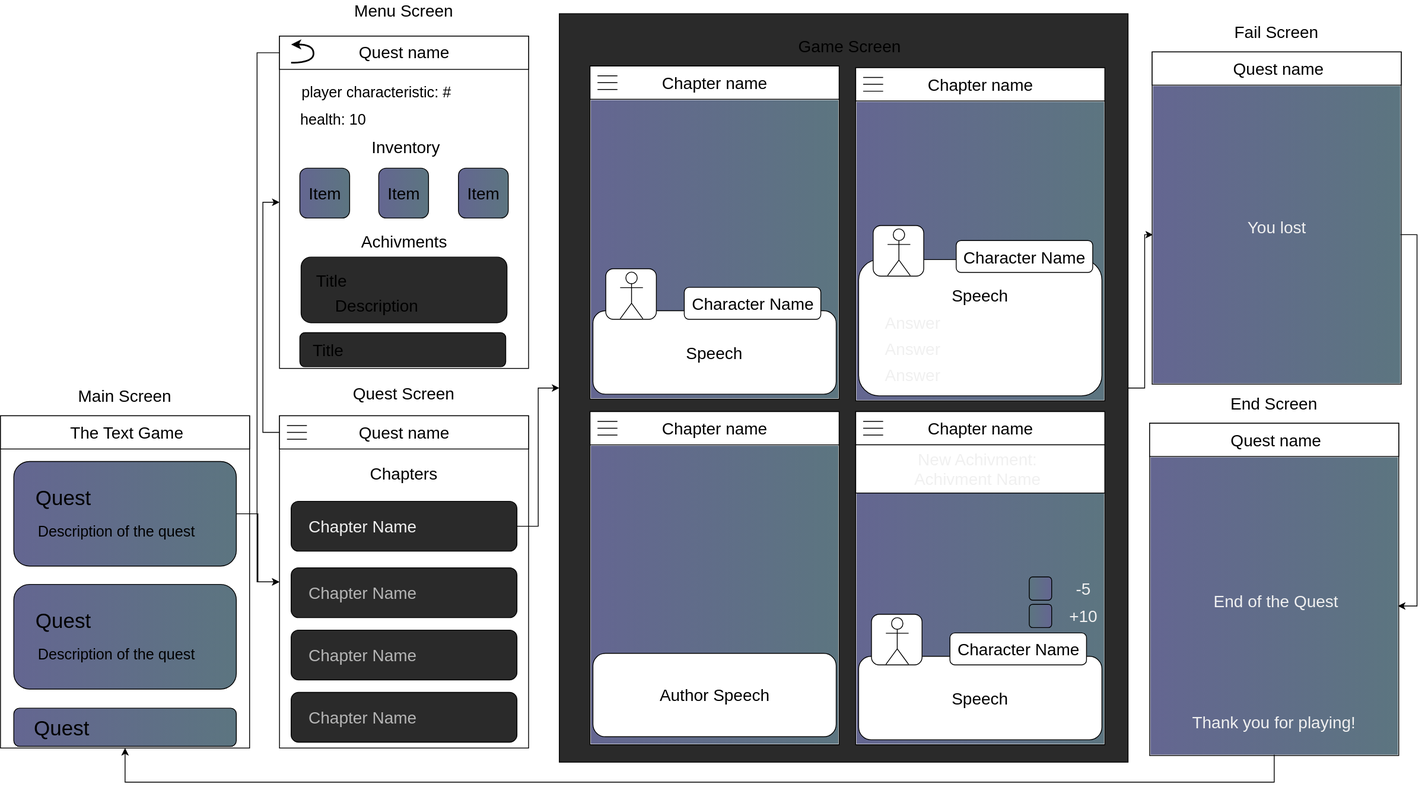
Before: docs/game.drawio.svg, a diagram exported from draw.io (MixelTe/TextStoryGame). Source tidied: cells renumbered, new cells last; positions are measured from the earlier drawing's top-left corner, leaving out a move shared by most shapes.
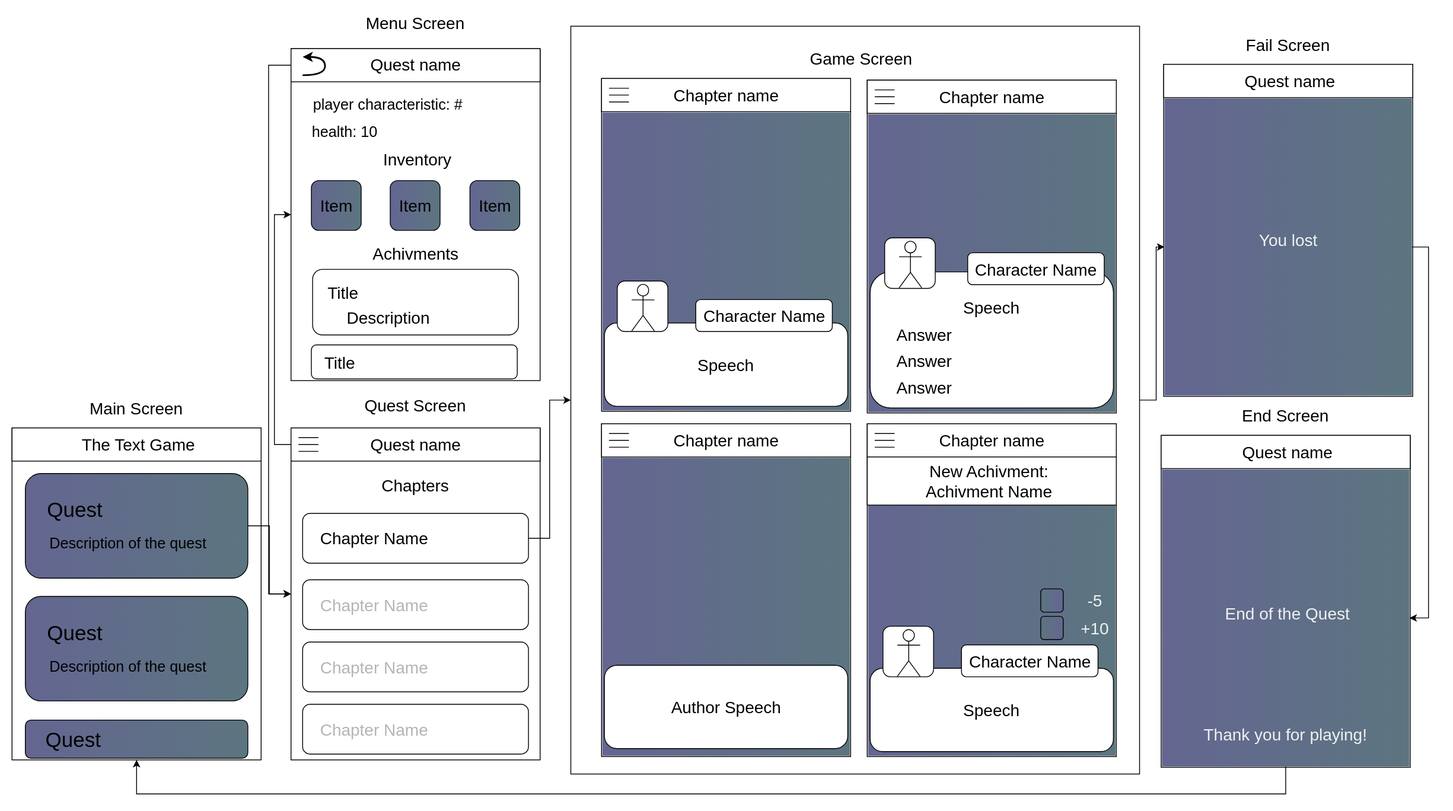
Later version of the same file.

Change to the diagram source:
```diff
@@ -2,6 +2,9 @@
   <root>
     <mxCell id="0" />
     <mxCell id="1" parent="0" />
+    <mxCell id="163" style="rounded=0;whiteSpace=wrap;html=1;shadow=0;glass=0;labelBackgroundColor=none;comic=0;sketch=0;fontSize=20;fontColor=#f0f0f0;gradientColor=none;strokeColor=none;" parent="1" vertex="1">
+      <mxGeometry x="-14" y="-17" width="1749" height="975" as="geometry" />
+    </mxCell>
     <mxCell id="2" style="rounded=0;whiteSpace=wrap;html=1;" parent="1" vertex="1">
       <mxGeometry y="498" width="300" height="400" as="geometry" />
     </mxCell>
@@ -77,16 +80,16 @@
     <mxCell id="26" style="group;fontColor=#F0F0F0;" parent="17" vertex="1">
       <mxGeometry x="14" y="103" width="272" height="60" as="geometry" />
     </mxCell>
-    <mxCell id="27" style="rounded=1;whiteSpace=wrap;html=1;labelBackgroundColor=none;comic=0;sketch=0;fontSize=20;fillColor=#2a2a2a;gradientColor=none;" parent="26" vertex="1">
+    <mxCell id="27" style="rounded=1;whiteSpace=wrap;html=1;labelBackgroundColor=none;comic=0;sketch=0;fontSize=20;gradientColor=none;" parent="26" vertex="1">
       <mxGeometry width="272" height="60" as="geometry" />
     </mxCell>
-    <mxCell id="28" value="Chapter Name" style="text;html=1;strokeColor=none;fillColor=none;align=center;verticalAlign=middle;whiteSpace=wrap;rounded=0;labelBackgroundColor=none;comic=0;sketch=0;fontSize=20;fontColor=#F0F0F0;" parent="26" vertex="1">
+    <mxCell id="28" value="Chapter Name" style="text;html=1;strokeColor=none;fillColor=none;align=center;verticalAlign=middle;whiteSpace=wrap;rounded=0;labelBackgroundColor=none;comic=0;sketch=0;fontSize=20;" parent="26" vertex="1">
       <mxGeometry x="12" y="20" width="149" height="20" as="geometry" />
     </mxCell>
     <mxCell id="29" style="group;" parent="17" vertex="1">
       <mxGeometry x="14" y="183" width="272" height="60" as="geometry" />
     </mxCell>
-    <mxCell id="30" style="rounded=1;whiteSpace=wrap;html=1;labelBackgroundColor=none;comic=0;sketch=0;fontSize=20;fillColor=#2a2a2a;gradientColor=none;" parent="29" vertex="1">
+    <mxCell id="30" style="rounded=1;whiteSpace=wrap;html=1;labelBackgroundColor=none;comic=0;sketch=0;fontSize=20;gradientColor=none;" parent="29" vertex="1">
       <mxGeometry width="272" height="60" as="geometry" />
     </mxCell>
     <mxCell id="31" value="Chapter Name" style="text;html=1;strokeColor=none;fillColor=none;align=center;verticalAlign=middle;whiteSpace=wrap;rounded=0;labelBackgroundColor=none;comic=0;sketch=0;fontSize=20;fontColor=#B5B5B5;" parent="29" vertex="1">
@@ -95,7 +98,7 @@
     <mxCell id="32" style="group;" parent="17" vertex="1">
       <mxGeometry x="14" y="258" width="272" height="60" as="geometry" />
     </mxCell>
-    <mxCell id="33" style="rounded=1;whiteSpace=wrap;html=1;labelBackgroundColor=none;comic=0;sketch=0;fontSize=20;fillColor=#2a2a2a;gradientColor=none;" parent="32" vertex="1">
+    <mxCell id="33" style="rounded=1;whiteSpace=wrap;html=1;labelBackgroundColor=none;comic=0;sketch=0;fontSize=20;gradientColor=none;" parent="32" vertex="1">
       <mxGeometry width="272" height="60" as="geometry" />
     </mxCell>
     <mxCell id="34" value="Chapter Name" style="text;html=1;strokeColor=none;fillColor=none;align=center;verticalAlign=middle;whiteSpace=wrap;rounded=0;labelBackgroundColor=none;comic=0;sketch=0;fontSize=20;fontColor=#B5B5B5;" parent="32" vertex="1">
@@ -104,7 +107,7 @@
     <mxCell id="35" style="group;" parent="17" vertex="1">
       <mxGeometry x="14" y="333" width="272" height="60" as="geometry" />
     </mxCell>
-    <mxCell id="36" style="rounded=1;whiteSpace=wrap;html=1;labelBackgroundColor=none;comic=0;sketch=0;fontSize=20;fillColor=#2a2a2a;gradientColor=none;" parent="35" vertex="1">
+    <mxCell id="36" style="rounded=1;whiteSpace=wrap;html=1;labelBackgroundColor=none;comic=0;sketch=0;fontSize=20;gradientColor=none;" parent="35" vertex="1">
       <mxGeometry width="272" height="60" as="geometry" />
     </mxCell>
     <mxCell id="37" value="Chapter Name" style="text;html=1;strokeColor=none;fillColor=none;align=center;verticalAlign=middle;whiteSpace=wrap;rounded=0;labelBackgroundColor=none;comic=0;sketch=0;fontSize=20;fontColor=#B5B5B5;" parent="35" vertex="1">
@@ -167,7 +170,7 @@
     <mxCell id="56" style="group;" parent="42" vertex="1">
       <mxGeometry x="26" y="266" width="248" height="79" as="geometry" />
     </mxCell>
-    <mxCell id="57" style="rounded=1;whiteSpace=wrap;html=1;labelBackgroundColor=none;comic=0;sketch=0;fontSize=20;fillColor=#2a2a2a;gradientColor=none;" parent="56" vertex="1">
+    <mxCell id="57" style="rounded=1;whiteSpace=wrap;html=1;labelBackgroundColor=none;comic=0;sketch=0;fontSize=20;gradientColor=none;" parent="56" vertex="1">
       <mxGeometry width="248" height="79" as="geometry" />
     </mxCell>
     <mxCell id="58" value="Title" style="text;html=1;strokeColor=none;fillColor=none;align=center;verticalAlign=middle;whiteSpace=wrap;rounded=0;labelBackgroundColor=none;comic=0;sketch=0;fontSize=20;" parent="56" vertex="1">
@@ -182,7 +185,7 @@
     <mxCell id="61" style="group;" parent="42" vertex="1">
       <mxGeometry x="24.5" y="357" width="248" height="41" as="geometry" />
     </mxCell>
-    <mxCell id="62" style="rounded=1;whiteSpace=wrap;html=1;labelBackgroundColor=none;comic=0;sketch=0;fontSize=20;fillColor=#2a2a2a;gradientColor=none;" parent="61" vertex="1">
+    <mxCell id="62" style="rounded=1;whiteSpace=wrap;html=1;labelBackgroundColor=none;comic=0;sketch=0;fontSize=20;gradientColor=none;" parent="61" vertex="1">
       <mxGeometry width="248" height="41" as="geometry" />
     </mxCell>
     <mxCell id="63" value="Title" style="text;html=1;strokeColor=none;fillColor=none;align=center;verticalAlign=middle;whiteSpace=wrap;rounded=0;labelBackgroundColor=none;comic=0;sketch=0;fontSize=20;" parent="61" vertex="1">
@@ -215,7 +218,7 @@
     <mxCell id="68" style="edgeStyle=orthogonalEdgeStyle;rounded=0;jettySize=auto;html=1;fontSize=20;fontColor=#F0F0F0;strokeWidth=1;" parent="1" edge="1" source="69" target="151">
       <mxGeometry relative="1" as="geometry" />
     </mxCell>
-    <mxCell id="69" style="rounded=0;whiteSpace=wrap;html=1;shadow=0;glass=0;labelBackgroundColor=none;comic=0;sketch=0;fontSize=20;fontColor=#F0F0F0;fillColor=#2a2a2a;gradientColor=none;imageAspect=1;" parent="1" vertex="1">
+    <mxCell id="69" style="rounded=0;whiteSpace=wrap;html=1;shadow=0;glass=0;labelBackgroundColor=none;comic=0;sketch=0;fontSize=20;fontColor=#F0F0F0;gradientColor=none;imageAspect=1;" parent="1" vertex="1">
       <mxGeometry x="673" y="14" width="685" height="901" as="geometry" />
     </mxCell>
     <mxCell id="70" style="rounded=0;whiteSpace=wrap;html=1;" parent="69" vertex="1">
@@ -311,13 +314,13 @@
     <mxCell id="100" value="Speech" style="text;html=1;strokeColor=none;fillColor=none;align=center;verticalAlign=middle;whiteSpace=wrap;rounded=0;fontSize=20;" parent="98" vertex="1">
       <mxGeometry x="106.5" y="21" width="80" height="18.8" as="geometry" />
     </mxCell>
-    <mxCell id="101" value="Answer" style="text;html=1;strokeColor=none;fillColor=none;align=center;verticalAlign=middle;whiteSpace=wrap;rounded=0;shadow=0;glass=0;labelBackgroundColor=none;comic=0;sketch=0;fontSize=20;fontColor=#F0F0F0;" parent="98" vertex="1">
+    <mxCell id="101" value="Answer" style="text;html=1;strokeColor=none;fillColor=none;align=center;verticalAlign=middle;whiteSpace=wrap;rounded=0;shadow=0;glass=0;labelBackgroundColor=none;comic=0;sketch=0;fontSize=20;" parent="98" vertex="1">
       <mxGeometry x="16.5" y="53" width="97.5" height="20" as="geometry" />
     </mxCell>
-    <mxCell id="102" value="Answer" style="text;html=1;strokeColor=none;fillColor=none;align=center;verticalAlign=middle;whiteSpace=wrap;rounded=0;shadow=0;glass=0;labelBackgroundColor=none;comic=0;sketch=0;fontSize=20;fontColor=#F0F0F0;" parent="98" vertex="1">
+    <mxCell id="102" value="Answer" style="text;html=1;strokeColor=none;fillColor=none;align=center;verticalAlign=middle;whiteSpace=wrap;rounded=0;shadow=0;glass=0;labelBackgroundColor=none;comic=0;sketch=0;fontSize=20;" parent="98" vertex="1">
       <mxGeometry x="16.5" y="84" width="97.5" height="20" as="geometry" />
     </mxCell>
-    <mxCell id="103" value="Answer" style="text;html=1;strokeColor=none;fillColor=none;align=center;verticalAlign=middle;whiteSpace=wrap;rounded=0;shadow=0;glass=0;labelBackgroundColor=none;comic=0;sketch=0;fontSize=20;fontColor=#F0F0F0;" parent="98" vertex="1">
+    <mxCell id="103" value="Answer" style="text;html=1;strokeColor=none;fillColor=none;align=center;verticalAlign=middle;whiteSpace=wrap;rounded=0;shadow=0;glass=0;labelBackgroundColor=none;comic=0;sketch=0;fontSize=20;" parent="98" vertex="1">
       <mxGeometry x="16.5" y="116" width="97.5" height="20" as="geometry" />
     </mxCell>
     <mxCell id="104" style="group;" parent="97" vertex="1">
@@ -437,7 +440,7 @@
     <mxCell id="142" style="rounded=0;whiteSpace=wrap;html=1;shadow=0;glass=0;labelBackgroundColor=none;comic=0;sketch=0;fontSize=20;fontColor=#F0F0F0;" parent="122" vertex="1">
       <mxGeometry y="40" width="300" height="58" as="geometry" />
     </mxCell>
-    <mxCell id="143" value="New Achivment: &lt;br&gt;Achivment Name" style="text;html=1;strokeColor=none;fillColor=none;align=center;verticalAlign=middle;whiteSpace=wrap;rounded=0;shadow=0;glass=0;labelBackgroundColor=none;comic=0;sketch=0;fontSize=20;fontColor=#F0F0F0;" parent="122" vertex="1">
+    <mxCell id="143" value="New Achivment: &lt;br&gt;Achivment Name" style="text;html=1;strokeColor=none;fillColor=none;align=center;verticalAlign=middle;whiteSpace=wrap;rounded=0;shadow=0;glass=0;labelBackgroundColor=none;comic=0;sketch=0;fontSize=20;" parent="122" vertex="1">
       <mxGeometry x="9" y="59" width="276" height="20" as="geometry" />
     </mxCell>
     <mxCell id="144" style="group;" parent="69" vertex="1">
```
